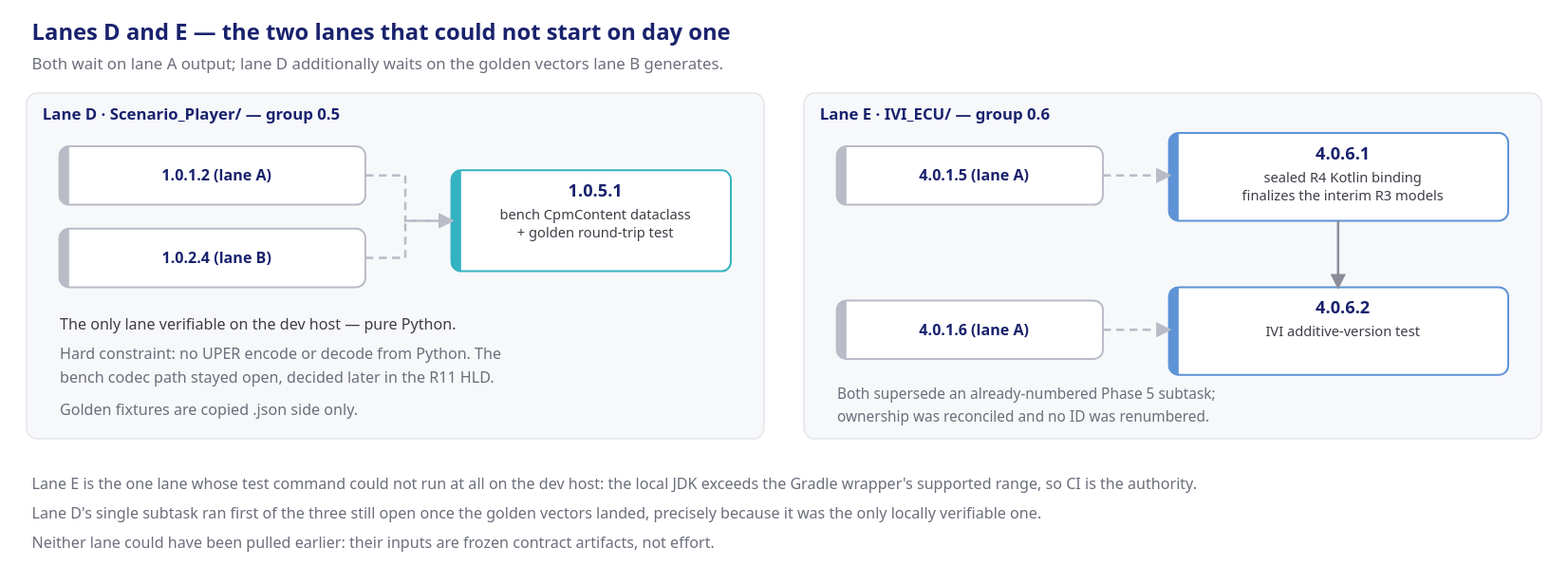
Earlier version of the draw.io export presentation/assets/phase0-exec-lanes-d-e.svg (mnpham2101/FPT-Hackathon2026). Source tidied: cells renumbered, new cells last; positions are measured from the earlier drawing's top-left corner, leaving out a move shared by most shapes.
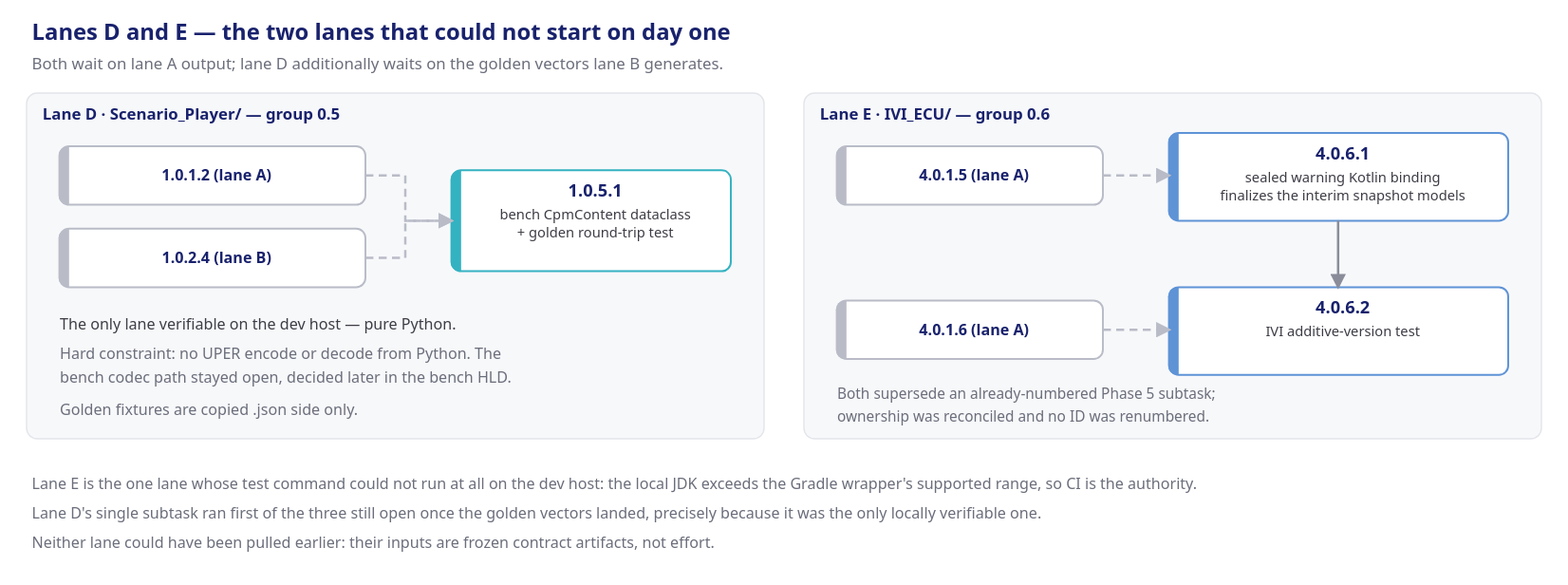
The same file after the commit.

Change to the diagram source:
```diff
@@ -51,7 +51,7 @@
     <mxCell id="14" value="Hard constraint: no UPER encode or decode from Python. The" style="text;html=1;align=left;verticalAlign=middle;fontSize=10;fontColor=#6b6e7b;" parent="1" vertex="1">
       <mxGeometry x="25" y="245" width="354" height="17" as="geometry" />
     </mxCell>
-    <mxCell id="15" value="bench codec path stayed open, decided later in the R11 HLD." style="text;html=1;align=left;verticalAlign=middle;fontSize=10;fontColor=#6b6e7b;" parent="1" vertex="1">
+    <mxCell id="15" value="bench codec path stayed open, decided later in the bench HLD." style="text;html=1;align=left;verticalAlign=middle;fontSize=10;fontColor=#6b6e7b;" parent="1" vertex="1">
       <mxGeometry x="25" y="263" width="360" height="17" as="geometry" />
     </mxCell>
     <mxCell id="16" value="Golden fixtures are copied .json side only." style="text;html=1;align=left;verticalAlign=middle;fontSize=10;fontColor=#6b6e7b;" parent="1" vertex="1">
@@ -69,7 +69,7 @@
     <mxCell id="20" value="&lt;b&gt;4.0.1.6  (lane A)&lt;/b&gt;" style="rounded=1;whiteSpace=wrap;html=1;fillColor=#ffffff;strokeColor=#b9bcc7;fontSize=11;fontColor=#19226D;verticalAlign=middle;" parent="1" vertex="1">
       <mxGeometry x="610" y="213" width="200" height="44" as="geometry" />
     </mxCell>
-    <mxCell id="21" value="&lt;b&gt;4.0.6.1&lt;/b&gt;&lt;br&gt;sealed R4 Kotlin binding&lt;br&gt;finalizes the interim R3 models" style="rounded=1;whiteSpace=wrap;html=1;fillColor=#ffffff;strokeColor=#5E93D6;fontSize=11;fontColor=#19226D;verticalAlign=middle;" parent="1" vertex="1">
+    <mxCell id="21" value="&lt;b&gt;4.0.6.1&lt;/b&gt;&lt;br&gt;sealed warning Kotlin binding&lt;br&gt;finalizes the interim snapshot models" style="rounded=1;whiteSpace=wrap;html=1;fillColor=#ffffff;strokeColor=#5E93D6;fontSize=11;fontColor=#19226D;verticalAlign=middle;" parent="1" vertex="1">
       <mxGeometry x="860" y="87" width="255" height="66" as="geometry" />
     </mxCell>
     <mxCell id="22" value="&lt;b&gt;4.0.6.2&lt;/b&gt;&lt;br&gt;IVI additive-version test" style="rounded=1;whiteSpace=wrap;html=1;fillColor=#ffffff;strokeColor=#5E93D6;fontSize=11;fontColor=#19226D;verticalAlign=middle;" parent="1" vertex="1">
```
